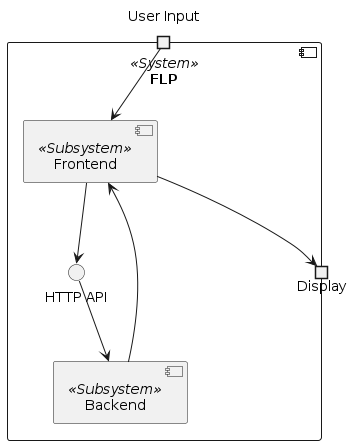
Above: docs/uml_diagrams/images/System_Whitebox.png in an-toni-ok/flp (PlantUML), before the change.
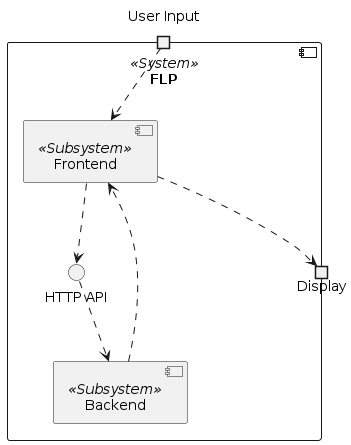
After the change.

Diff of the diagram source:
```diff
@@ -7,10 +7,10 @@
     interface "HTTP API" as HTTP_API
     component Backend <<Subsystem>>
 
-    user_input --> Frontend
-    Frontend --> HTTP_API
-    HTTP_API --> Backend
-    Backend --> Frontend
-    Frontend --> Display
+    user_input ..> Frontend
+    Frontend ..> HTTP_API
+    HTTP_API ..> Backend
+    Backend ..> Frontend
+    Frontend ..> Display
 }
 @enduml
```
